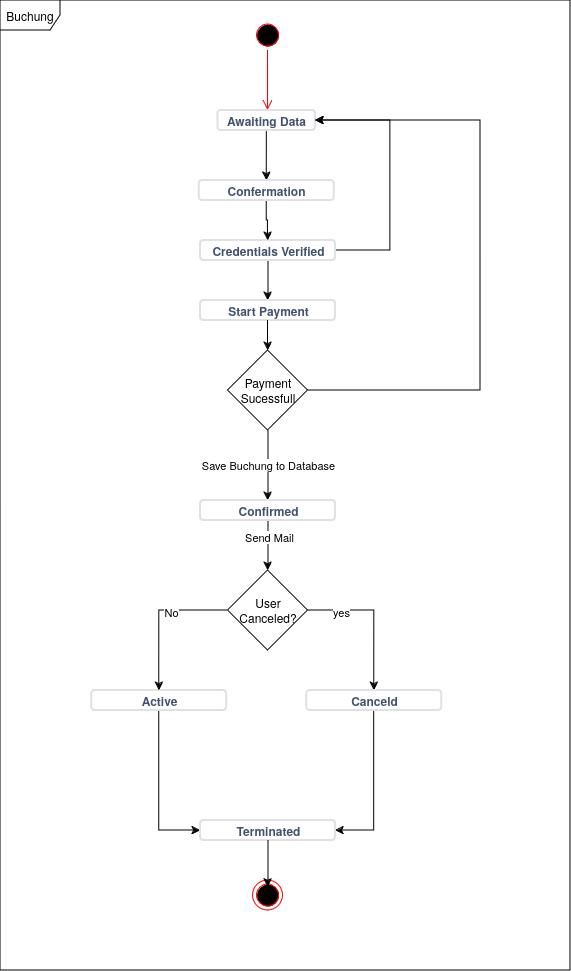
The draw.io diagram sw-eng-08.drawio.png in MassimiIiano/software-eng-projects-uni, before a commit. Source tidied: cells renumbered, new cells last; positions are measured from the earlier drawing's top-left corner, leaving out a move shared by most shapes. Source of this version:
```xml
<mxGraphModel>
  <root>
    <mxCell id="0" />
    <mxCell id="1" parent="0" />
    <mxCell id="2" style="ellipse;html=1;shape=startState;fillColor=#000000;strokeColor=#ff0000;" parent="1" vertex="1">
      <mxGeometry x="252.5" y="20" width="30" height="30" as="geometry" />
    </mxCell>
    <mxCell id="3" style="edgeStyle=orthogonalEdgeStyle;html=1;verticalAlign=bottom;endArrow=open;endSize=8;strokeColor=#ff0000;rounded=0;" parent="1" edge="1" source="2">
      <mxGeometry relative="1" as="geometry">
        <mxPoint x="267.5" y="110" as="targetPoint" />
      </mxGeometry>
    </mxCell>
    <mxCell id="4" style="ellipse;html=1;shape=endState;fillColor=#000000;strokeColor=#ff0000;" parent="1" vertex="1">
      <mxGeometry x="252.5" y="880" width="30" height="30" as="geometry" />
    </mxCell>
    <mxCell id="5" value="Buchung" style="shape=umlFrame;whiteSpace=wrap;html=1;" parent="1" vertex="1">
      <mxGeometry width="570" height="970" as="geometry" />
    </mxCell>
    <mxCell id="6" style="edgeStyle=orthogonalEdgeStyle;rounded=0;jettySize=auto;html=1;entryX=0.5;entryY=0;entryDx=0;entryDy=0;" parent="1" edge="1" source="7" target="15">
      <mxGeometry relative="1" as="geometry" />
    </mxCell>
    <mxCell id="7" value="Awaiting Data" style="dashed=0;html=1;rounded=1;strokeColor=#DFE1E6;fontSize=12;align=center;fontStyle=1;strokeWidth=2;fontColor=#42526E;" parent="1" vertex="1">
      <mxGeometry x="217.5" y="110" width="97.5" height="20" as="geometry" />
    </mxCell>
    <mxCell id="8" style="edgeStyle=orthogonalEdgeStyle;rounded=0;jettySize=auto;html=1;" parent="1" edge="1" source="10" target="13">
      <mxGeometry relative="1" as="geometry" />
    </mxCell>
    <mxCell id="9" style="edgeStyle=orthogonalEdgeStyle;rounded=0;jettySize=auto;html=1;entryX=1;entryY=0.5;entryDx=0;entryDy=0;" parent="1" edge="1" source="10" target="7">
      <mxGeometry relative="1" as="geometry">
        <Array as="points">
          <mxPoint x="390" y="250" />
          <mxPoint x="390" y="120" />
        </Array>
      </mxGeometry>
    </mxCell>
    <mxCell id="10" value="Credentials Verified" style="dashed=0;html=1;rounded=1;strokeColor=#DFE1E6;fontSize=12;align=center;fontStyle=1;strokeWidth=2;fontColor=#42526E;" parent="1" vertex="1">
      <mxGeometry x="200" y="240" width="135" height="20" as="geometry" />
    </mxCell>
    <mxCell id="11" style="edgeStyle=orthogonalEdgeStyle;rounded=0;jettySize=auto;html=1;" parent="1" edge="1" source="32" target="20">
      <mxGeometry relative="1" as="geometry" />
    </mxCell>
    <mxCell id="12" value="Save Buchung to Database" style="edgeLabel;html=1;align=center;verticalAlign=middle;" parent="11" vertex="1">
      <mxGeometry x="-0.03" relative="1" as="geometry" />
    </mxCell>
    <mxCell id="13" value="Start Payment" style="dashed=0;html=1;rounded=1;strokeColor=#DFE1E6;fontSize=12;align=center;fontStyle=1;strokeWidth=2;fontColor=#42526E;" parent="1" vertex="1">
      <mxGeometry x="200" y="300" width="135" height="20" as="geometry" />
    </mxCell>
    <mxCell id="14" style="edgeStyle=orthogonalEdgeStyle;rounded=0;jettySize=auto;html=1;entryX=0.5;entryY=0;entryDx=0;entryDy=0;" parent="1" edge="1" source="15" target="10">
      <mxGeometry relative="1" as="geometry" />
    </mxCell>
    <mxCell id="15" value="Confermation" style="dashed=0;html=1;rounded=1;strokeColor=#DFE1E6;fontSize=12;align=center;fontStyle=1;strokeWidth=2;fontColor=#42526E;" parent="1" vertex="1">
      <mxGeometry x="198.8" y="180" width="135" height="20" as="geometry" />
    </mxCell>
    <mxCell id="16" style="edgeStyle=orthogonalEdgeStyle;rounded=0;jettySize=auto;html=1;entryX=0.5;entryY=0;entryDx=0;entryDy=0;exitX=1;exitY=0.5;exitDx=0;exitDy=0;" parent="1" edge="1" source="29" target="24">
      <mxGeometry relative="1" as="geometry" />
    </mxCell>
    <mxCell id="17" value="yes" style="edgeLabel;html=1;align=center;verticalAlign=middle;" parent="16" vertex="1">
      <mxGeometry x="-0.55" y="-1" relative="1" as="geometry" />
    </mxCell>
    <mxCell id="18" style="edgeStyle=orthogonalEdgeStyle;rounded=0;jettySize=auto;html=1;" parent="1" edge="1" source="20" target="29">
      <mxGeometry relative="1" as="geometry" />
    </mxCell>
    <mxCell id="19" value="Send Mail" style="edgeLabel;html=1;align=center;verticalAlign=middle;" parent="18" vertex="1">
      <mxGeometry x="-0.36" y="1" relative="1" as="geometry" />
    </mxCell>
    <mxCell id="20" value="Confirmed" style="dashed=0;html=1;rounded=1;strokeColor=#DFE1E6;fontSize=12;align=center;fontStyle=1;strokeWidth=2;fontColor=#42526E;" parent="1" vertex="1">
      <mxGeometry x="200" y="500" width="135" height="20" as="geometry" />
    </mxCell>
    <mxCell id="21" style="edgeStyle=orthogonalEdgeStyle;rounded=0;jettySize=auto;html=1;entryX=0;entryY=0.5;entryDx=0;entryDy=0;" parent="1" edge="1" source="22" target="25">
      <mxGeometry relative="1" as="geometry" />
    </mxCell>
    <mxCell id="22" value="Active" style="dashed=0;html=1;rounded=1;strokeColor=#DFE1E6;fontSize=12;align=center;fontStyle=1;strokeWidth=2;fontColor=#42526E;" parent="1" vertex="1">
      <mxGeometry x="91.2" y="690" width="135" height="20" as="geometry" />
    </mxCell>
    <mxCell id="23" style="edgeStyle=orthogonalEdgeStyle;rounded=0;jettySize=auto;html=1;entryX=1;entryY=0.5;entryDx=0;entryDy=0;" parent="1" edge="1" source="24" target="25">
      <mxGeometry relative="1" as="geometry" />
    </mxCell>
    <mxCell id="24" value="Canceld" style="dashed=0;html=1;rounded=1;strokeColor=#DFE1E6;fontSize=12;align=center;fontStyle=1;strokeWidth=2;fontColor=#42526E;" parent="1" vertex="1">
      <mxGeometry x="306.2" y="690" width="135" height="20" as="geometry" />
    </mxCell>
    <mxCell id="25" value="Terminated" style="dashed=0;html=1;rounded=1;strokeColor=#DFE1E6;fontSize=12;align=center;fontStyle=1;strokeWidth=2;fontColor=#42526E;" parent="1" vertex="1">
      <mxGeometry x="200" y="820" width="135" height="20" as="geometry" />
    </mxCell>
    <mxCell id="26" style="edgeStyle=orthogonalEdgeStyle;rounded=0;jettySize=auto;html=1;entryX=0.5;entryY=0.233;entryDx=0;entryDy=0;entryPerimeter=0;" parent="1" edge="1" source="25" target="4">
      <mxGeometry relative="1" as="geometry" />
    </mxCell>
    <mxCell id="27" style="edgeStyle=orthogonalEdgeStyle;rounded=0;jettySize=auto;html=1;entryX=0.5;entryY=0;entryDx=0;entryDy=0;" parent="1" edge="1" source="29" target="22">
      <mxGeometry relative="1" as="geometry" />
    </mxCell>
    <mxCell id="28" value="No" style="edgeLabel;html=1;align=center;verticalAlign=middle;" parent="27" vertex="1">
      <mxGeometry x="-0.24" y="1" relative="1" as="geometry" />
    </mxCell>
    <mxCell id="29" value="User Canceled?" style="rhombus;whiteSpace=wrap;html=1;" parent="1" vertex="1">
      <mxGeometry x="227.5" y="570" width="80" height="80" as="geometry" />
    </mxCell>
    <mxCell id="30" style="edgeStyle=orthogonalEdgeStyle;rounded=0;jettySize=auto;html=1;" parent="1" edge="1" source="13" target="32">
      <mxGeometry relative="1" as="geometry" />
    </mxCell>
    <mxCell id="31" style="edgeStyle=orthogonalEdgeStyle;rounded=0;jettySize=auto;html=1;entryX=1;entryY=0.5;entryDx=0;entryDy=0;" parent="1" edge="1" source="32" target="7">
      <mxGeometry relative="1" as="geometry">
        <Array as="points">
          <mxPoint x="480" y="390" />
          <mxPoint x="480" y="120" />
        </Array>
      </mxGeometry>
    </mxCell>
    <mxCell id="32" value="Payment Sucessfull" style="rhombus;whiteSpace=wrap;html=1;" parent="1" vertex="1">
      <mxGeometry x="227.5" y="350" width="80" height="80" as="geometry" />
    </mxCell>
  </root>
</mxGraphModel>
```
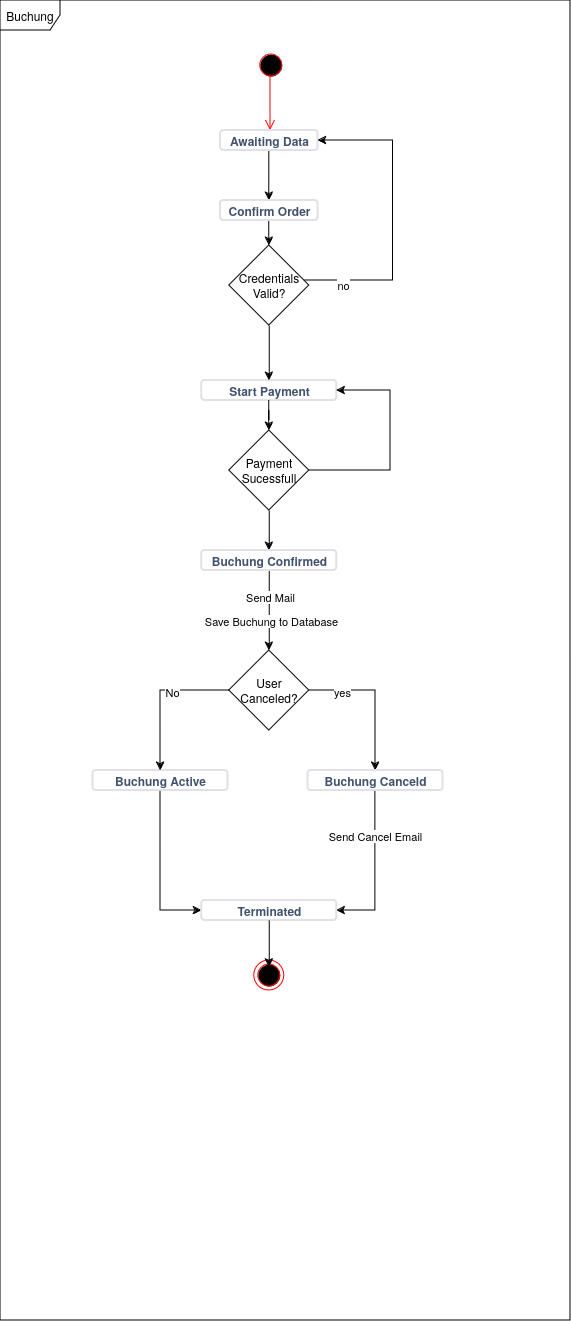
Above is the later version.

Diff of the diagram source:
```diff
@@ -3,54 +3,33 @@
     <mxCell id="0" />
     <mxCell id="1" parent="0" />
     <mxCell id="2" style="ellipse;html=1;shape=startState;fillColor=#000000;strokeColor=#ff0000;" parent="1" vertex="1">
-      <mxGeometry x="252.5" y="20" width="30" height="30" as="geometry" />
+      <mxGeometry x="255.8" y="50" width="30" height="30" as="geometry" />
     </mxCell>
-    <mxCell id="3" style="edgeStyle=orthogonalEdgeStyle;html=1;verticalAlign=bottom;endArrow=open;endSize=8;strokeColor=#ff0000;rounded=0;" parent="1" edge="1" source="2">
+    <mxCell id="3" style="edgeStyle=orthogonalEdgeStyle;html=1;verticalAlign=bottom;endArrow=open;endSize=8;strokeColor=#ff0000;rounded=0;exitX=0.475;exitY=0.8;exitDx=0;exitDy=0;exitPerimeter=0;" parent="1" edge="1" source="2">
       <mxGeometry relative="1" as="geometry">
-        <mxPoint x="267.5" y="110" as="targetPoint" />
+        <mxPoint x="270" y="130" as="targetPoint" />
       </mxGeometry>
     </mxCell>
     <mxCell id="4" style="ellipse;html=1;shape=endState;fillColor=#000000;strokeColor=#ff0000;" parent="1" vertex="1">
-      <mxGeometry x="252.5" y="880" width="30" height="30" as="geometry" />
+      <mxGeometry x="253.8" y="960" width="30" height="30" as="geometry" />
     </mxCell>
     <mxCell id="5" value="Buchung" style="shape=umlFrame;whiteSpace=wrap;html=1;" parent="1" vertex="1">
-      <mxGeometry width="570" height="970" as="geometry" />
+      <mxGeometry width="570" height="1320" as="geometry" />
     </mxCell>
-    <mxCell id="6" style="edgeStyle=orthogonalEdgeStyle;rounded=0;jettySize=auto;html=1;entryX=0.5;entryY=0;entryDx=0;entryDy=0;" parent="1" edge="1" source="7" target="15">
-      <mxGeometry relative="1" as="geometry" />
+    <mxCell id="6" style="edgeStyle=orthogonalEdgeStyle;rounded=0;jettySize=auto;html=1;entryX=0.5;entryY=0;entryDx=0;entryDy=0;" parent="1" edge="1" source="7">
+      <mxGeometry relative="1" as="geometry">
+        <mxPoint x="268.8" y="200" as="targetPoint" />
+      </mxGeometry>
     </mxCell>
     <mxCell id="7" value="Awaiting Data" style="dashed=0;html=1;rounded=1;strokeColor=#DFE1E6;fontSize=12;align=center;fontStyle=1;strokeWidth=2;fontColor=#42526E;" parent="1" vertex="1">
-      <mxGeometry x="217.5" y="110" width="97.5" height="20" as="geometry" />
+      <mxGeometry x="220" y="130" width="97.5" height="20" as="geometry" />
     </mxCell>
-    <mxCell id="8" style="edgeStyle=orthogonalEdgeStyle;rounded=0;jettySize=auto;html=1;" parent="1" edge="1" source="10" target="13">
-      <mxGeometry relative="1" as="geometry" />
-    </mxCell>
-    <mxCell id="9" style="edgeStyle=orthogonalEdgeStyle;rounded=0;jettySize=auto;html=1;entryX=1;entryY=0.5;entryDx=0;entryDy=0;" parent="1" edge="1" source="10" target="7">
-      <mxGeometry relative="1" as="geometry">
-        <Array as="points">
-          <mxPoint x="390" y="250" />
-          <mxPoint x="390" y="120" />
-        </Array>
-      </mxGeometry>
-    </mxCell>
-    <mxCell id="10" value="Credentials Verified" style="dashed=0;html=1;rounded=1;strokeColor=#DFE1E6;fontSize=12;align=center;fontStyle=1;strokeWidth=2;fontColor=#42526E;" parent="1" vertex="1">
-      <mxGeometry x="200" y="240" width="135" height="20" as="geometry" />
-    </mxCell>
     <mxCell id="11" style="edgeStyle=orthogonalEdgeStyle;rounded=0;jettySize=auto;html=1;" parent="1" edge="1" source="32" target="20">
       <mxGeometry relative="1" as="geometry" />
     </mxCell>
-    <mxCell id="12" value="Save Buchung to Database" style="edgeLabel;html=1;align=center;verticalAlign=middle;" parent="11" vertex="1">
-      <mxGeometry x="-0.03" relative="1" as="geometry" />
-    </mxCell>
     <mxCell id="13" value="Start Payment" style="dashed=0;html=1;rounded=1;strokeColor=#DFE1E6;fontSize=12;align=center;fontStyle=1;strokeWidth=2;fontColor=#42526E;" parent="1" vertex="1">
-      <mxGeometry x="200" y="300" width="135" height="20" as="geometry" />
+      <mxGeometry x="201.2" y="380" width="135" height="20" as="geometry" />
     </mxCell>
-    <mxCell id="14" style="edgeStyle=orthogonalEdgeStyle;rounded=0;jettySize=auto;html=1;entryX=0.5;entryY=0;entryDx=0;entryDy=0;" parent="1" edge="1" source="15" target="10">
-      <mxGeometry relative="1" as="geometry" />
-    </mxCell>
-    <mxCell id="15" value="Confermation" style="dashed=0;html=1;rounded=1;strokeColor=#DFE1E6;fontSize=12;align=center;fontStyle=1;strokeWidth=2;fontColor=#42526E;" parent="1" vertex="1">
-      <mxGeometry x="198.8" y="180" width="135" height="20" as="geometry" />
-    </mxCell>
     <mxCell id="16" style="edgeStyle=orthogonalEdgeStyle;rounded=0;jettySize=auto;html=1;entryX=0.5;entryY=0;entryDx=0;entryDy=0;exitX=1;exitY=0.5;exitDx=0;exitDy=0;" parent="1" edge="1" source="29" target="24">
       <mxGeometry relative="1" as="geometry" />
     </mxCell>
@@ -63,23 +42,26 @@
     <mxCell id="19" value="Send Mail" style="edgeLabel;html=1;align=center;verticalAlign=middle;" parent="18" vertex="1">
       <mxGeometry x="-0.36" y="1" relative="1" as="geometry" />
     </mxCell>
-    <mxCell id="20" value="Confirmed" style="dashed=0;html=1;rounded=1;strokeColor=#DFE1E6;fontSize=12;align=center;fontStyle=1;strokeWidth=2;fontColor=#42526E;" parent="1" vertex="1">
-      <mxGeometry x="200" y="500" width="135" height="20" as="geometry" />
+    <mxCell id="20" value="Buchung Confirmed" style="dashed=0;html=1;rounded=1;strokeColor=#DFE1E6;fontSize=12;align=center;fontStyle=1;strokeWidth=2;fontColor=#42526E;" parent="1" vertex="1">
+      <mxGeometry x="201.2" y="550" width="135" height="20" as="geometry" />
     </mxCell>
     <mxCell id="21" style="edgeStyle=orthogonalEdgeStyle;rounded=0;jettySize=auto;html=1;entryX=0;entryY=0.5;entryDx=0;entryDy=0;" parent="1" edge="1" source="22" target="25">
       <mxGeometry relative="1" as="geometry" />
     </mxCell>
-    <mxCell id="22" value="Active" style="dashed=0;html=1;rounded=1;strokeColor=#DFE1E6;fontSize=12;align=center;fontStyle=1;strokeWidth=2;fontColor=#42526E;" parent="1" vertex="1">
-      <mxGeometry x="91.2" y="690" width="135" height="20" as="geometry" />
+    <mxCell id="22" value="Buchung Active" style="dashed=0;html=1;rounded=1;strokeColor=#DFE1E6;fontSize=12;align=center;fontStyle=1;strokeWidth=2;fontColor=#42526E;" parent="1" vertex="1">
+      <mxGeometry x="92.5" y="770" width="135" height="20" as="geometry" />
     </mxCell>
     <mxCell id="23" style="edgeStyle=orthogonalEdgeStyle;rounded=0;jettySize=auto;html=1;entryX=1;entryY=0.5;entryDx=0;entryDy=0;" parent="1" edge="1" source="24" target="25">
       <mxGeometry relative="1" as="geometry" />
     </mxCell>
+    <mxCell id="33" value="Send Cancel Email" style="edgeLabel;html=1;align=center;verticalAlign=middle;" parent="23" vertex="1">
+      <mxGeometry x="-0.43" y="-1" relative="1" as="geometry" />
+    </mxCell>
-    <mxCell id="24" value="Canceld" style="dashed=0;html=1;rounded=1;strokeColor=#DFE1E6;fontSize=12;align=center;fontStyle=1;strokeWidth=2;fontColor=#42526E;" parent="1" vertex="1">
-      <mxGeometry x="306.2" y="690" width="135" height="20" as="geometry" />
+    <mxCell id="24" value="Buchung Canceld" style="dashed=0;html=1;rounded=1;strokeColor=#DFE1E6;fontSize=12;align=center;fontStyle=1;strokeWidth=2;fontColor=#42526E;" parent="1" vertex="1">
+      <mxGeometry x="307.5" y="770" width="135" height="20" as="geometry" />
     </mxCell>
     <mxCell id="25" value="Terminated" style="dashed=0;html=1;rounded=1;strokeColor=#DFE1E6;fontSize=12;align=center;fontStyle=1;strokeWidth=2;fontColor=#42526E;" parent="1" vertex="1">
-      <mxGeometry x="200" y="820" width="135" height="20" as="geometry" />
+      <mxGeometry x="201.2" y="900" width="135" height="20" as="geometry" />
     </mxCell>
     <mxCell id="26" style="edgeStyle=orthogonalEdgeStyle;rounded=0;jettySize=auto;html=1;entryX=0.5;entryY=0.233;entryDx=0;entryDy=0;entryPerimeter=0;" parent="1" edge="1" source="25" target="4">
       <mxGeometry relative="1" as="geometry" />
@@ -91,21 +73,49 @@
       <mxGeometry x="-0.24" y="1" relative="1" as="geometry" />
     </mxCell>
     <mxCell id="29" value="User Canceled?" style="rhombus;whiteSpace=wrap;html=1;" parent="1" vertex="1">
-      <mxGeometry x="227.5" y="570" width="80" height="80" as="geometry" />
+      <mxGeometry x="228.8" y="650" width="80" height="80" as="geometry" />
     </mxCell>
     <mxCell id="30" style="edgeStyle=orthogonalEdgeStyle;rounded=0;jettySize=auto;html=1;" parent="1" edge="1" source="13" target="32">
       <mxGeometry relative="1" as="geometry" />
     </mxCell>
-    <mxCell id="31" style="edgeStyle=orthogonalEdgeStyle;rounded=0;jettySize=auto;html=1;entryX=1;entryY=0.5;entryDx=0;entryDy=0;" parent="1" edge="1" source="32" target="7">
-      <mxGeometry relative="1" as="geometry">
-        <Array as="points">
-          <mxPoint x="480" y="390" />
-          <mxPoint x="480" y="120" />
-        </Array>
-      </mxGeometry>
-    </mxCell>
+    <mxCell id="34" style="edgeStyle=orthogonalEdgeStyle;rounded=0;jettySize=auto;html=1;entryX=1;entryY=0.5;entryDx=0;entryDy=0;" parent="1" edge="1" source="32" target="13">
+      <mxGeometry relative="1" as="geometry">
+        <Array as="points">
+          <mxPoint x="390" y="470" />
+          <mxPoint x="390" y="390" />
+        </Array>
+      </mxGeometry>
+    </mxCell>
     <mxCell id="32" value="Payment Sucessfull" style="rhombus;whiteSpace=wrap;html=1;" parent="1" vertex="1">
-      <mxGeometry x="227.5" y="350" width="80" height="80" as="geometry" />
+      <mxGeometry x="228.8" y="430" width="80" height="80" as="geometry" />
     </mxCell>
+    <mxCell id="35" style="edgeStyle=orthogonalEdgeStyle;rounded=0;jettySize=auto;html=1;" parent="1" edge="1" source="36" target="40">
+      <mxGeometry relative="1" as="geometry" />
+    </mxCell>
+    <mxCell id="36" value="Confirm Order" style="dashed=0;html=1;rounded=1;strokeColor=#DFE1E6;fontSize=12;align=center;fontStyle=1;strokeWidth=2;fontColor=#42526E;" parent="1" vertex="1">
+      <mxGeometry x="220" y="200" width="97.5" height="20" as="geometry" />
+    </mxCell>
+    <mxCell id="37" style="edgeStyle=orthogonalEdgeStyle;rounded=0;jettySize=auto;html=1;entryX=1;entryY=0.5;entryDx=0;entryDy=0;" parent="1" edge="1" source="40" target="7">
+      <mxGeometry relative="1" as="geometry">
+        <Array as="points">
+          <mxPoint x="392.5" y="280" />
+          <mxPoint x="392.5" y="140" />
+        </Array>
+      </mxGeometry>
+    </mxCell>
+    <mxCell id="38" value="no" style="edgeLabel;html=1;align=center;verticalAlign=middle;" parent="37" vertex="1">
+      <mxGeometry x="-0.13" y="-3" relative="1" as="geometry">
+        <mxPoint x="-53" y="47" as="offset" />
+      </mxGeometry>
+    </mxCell>
+    <mxCell id="39" style="edgeStyle=orthogonalEdgeStyle;rounded=0;jettySize=auto;html=1;entryX=0.5;entryY=0;entryDx=0;entryDy=0;" parent="1" edge="1" source="40" target="13">
+      <mxGeometry relative="1" as="geometry" />
+    </mxCell>
+    <mxCell id="40" value="Credentials Valid?" style="rhombus;whiteSpace=wrap;html=1;" parent="1" vertex="1">
+      <mxGeometry x="228.8" y="245" width="80" height="80" as="geometry" />
+    </mxCell>
+    <mxCell id="12" value="Save Buchung to Database" style="edgeLabel;html=1;align=center;verticalAlign=middle;" parent="1" vertex="1">
+      <mxGeometry x="270.8" y="620" as="geometry" />
+    </mxCell>
   </root>
 </mxGraphModel>
```
